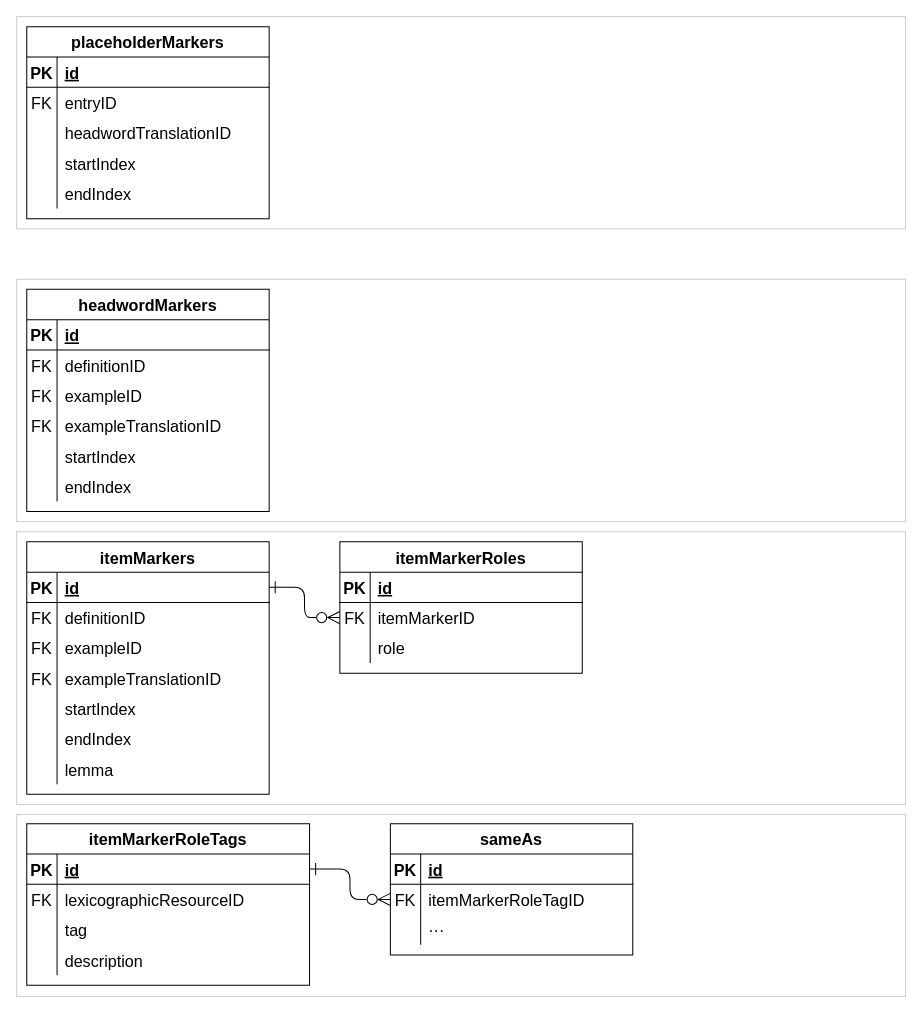
Earlier version of the draw.io diagram dmlex-v1.0/specification/modules/annotation/databaseDiagrams/diagrams.drawio (oasis-tcs/lexidma). Source tidied: cells renumbered, new cells numbered last; positions are measured from the earlier drawing's top-left corner, leaving out a move shared by most shapes. Both pictures are drawn from the tidied source at 101%, with x=0, y=0 at pixel (16, 16).
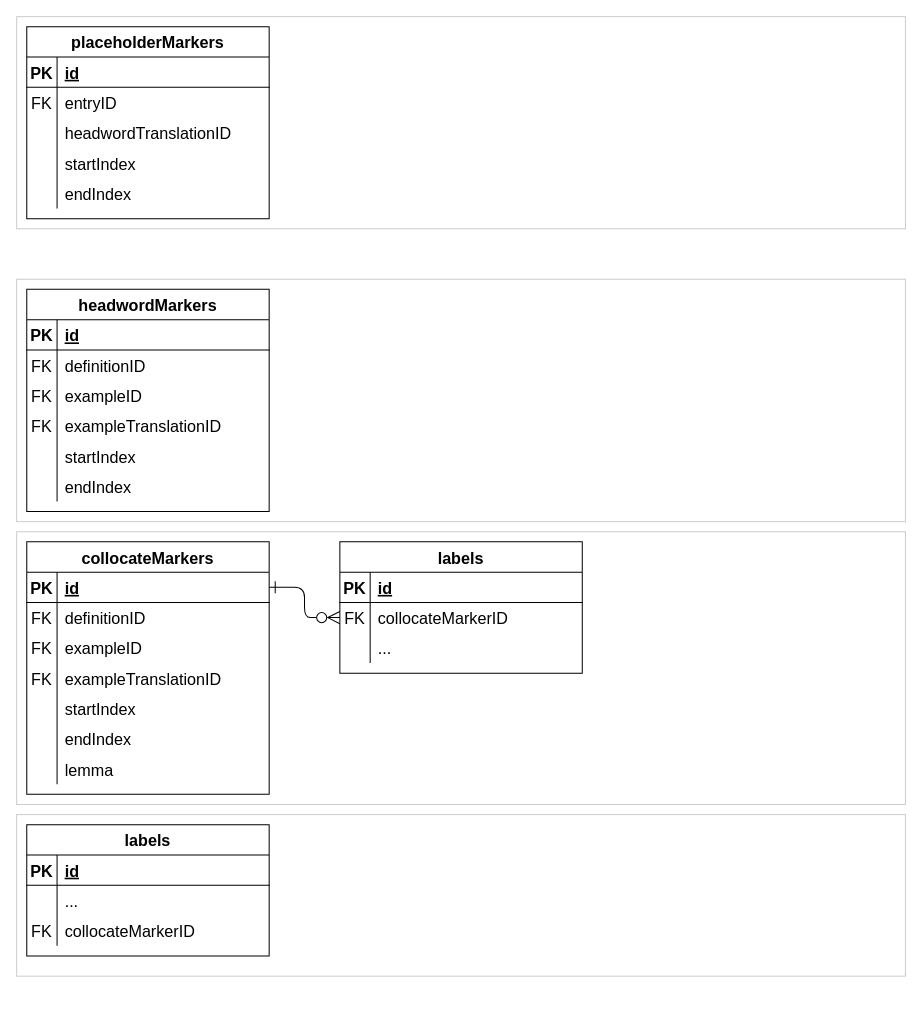
The same page after the edit.

The change refers to these unchanged cells:
```xml
<mxCell id="66" style="shape=tableRow;horizontal=0;startSize=0;swimlaneHead=0;swimlaneBody=0;fillColor=none;points=[[0,0.5],[1,0.5]];portConstraint=eastwest;top=0;left=0;right=0;bottom=0;fontSize=16;" parent="62" vertex="1">
  <mxGeometry y="60" width="240" height="30" as="geometry" />
</mxCell>
<mxCell id="69" style="shape=tableRow;horizontal=0;startSize=0;swimlaneHead=0;swimlaneBody=0;fillColor=none;top=0;left=0;right=0;bottom=0;fontSize=16;" parent="62" vertex="1">
  <mxGeometry y="90" width="240" height="30" as="geometry" />
</mxCell>
```

What changed in the source:
```diff
@@
-    <mxCell id="40" value="itemMarkers" style="shape=table;startSize=30;childLayout=tableLayout;rowLines=0;fontStyle=1;align=center;fontSize=16;" parent="1" vertex="1">
+    <mxCell id="40" value="collocateMarkers" style="shape=table;startSize=30;childLayout=tableLayout;rowLines=0;fontStyle=1;align=center;fontSize=16;" parent="1" vertex="1">
       <mxGeometry x="10" y="520" width="240" height="250" as="geometry" />
     </mxCell>
@@
-    <mxCell id="62" value="itemMarkerRoles" style="shape=table;startSize=30;childLayout=tableLayout;rowLines=0;fontStyle=1;align=center;fontSize=16;" parent="1" vertex="1">
+    <mxCell id="62" value="labels" style="shape=table;startSize=30;childLayout=tableLayout;rowLines=0;fontStyle=1;align=center;fontSize=16;" parent="1" vertex="1">
       <mxGeometry x="320" y="520" width="240" height="130" as="geometry" />
     </mxCell>
@@
-    <mxCell id="68" value="itemMarkerID" style="shape=partialRectangle;fillColor=none;top=0;left=0;bottom=0;right=0;align=left;spacingLeft=6;overflow=hidden;fontSize=16;" parent="66" vertex="1">
+    <mxCell id="68" value="collocateMarkerID" style="shape=partialRectangle;fillColor=none;top=0;left=0;bottom=0;right=0;align=left;spacingLeft=6;overflow=hidden;fontSize=16;" parent="66" vertex="1">
       <mxGeometry x="30" width="210" height="30" as="geometry" />
     </mxCell>
@@
-    <mxCell id="71" value="role" style="shape=partialRectangle;fillColor=none;top=0;left=0;bottom=0;right=0;align=left;spacingLeft=6;overflow=hidden;fontSize=16;" parent="69" vertex="1">
+    <mxCell id="71" value="..." style="shape=partialRectangle;fillColor=none;top=0;left=0;bottom=0;right=0;align=left;spacingLeft=6;overflow=hidden;fontSize=16;" parent="69" vertex="1">
       <mxGeometry x="30" width="210" height="30" as="geometry" />
     </mxCell>
@@
-    <mxCell id="73" style="rounded=0;whiteSpace=wrap;html=1;strokeColor=#CCCCCC;" parent="1" vertex="1">
-      <mxGeometry y="790" width="880" height="180" as="geometry" />
-    </mxCell>
-    <mxCell id="74" value="itemMarkerRoleTags" style="shape=table;startSize=30;childLayout=tableLayout;rowLines=0;fontStyle=1;align=center;fontSize=16;" parent="1" vertex="1">
-      <mxGeometry x="10" y="799" width="280" height="160" as="geometry" />
-    </mxCell>
-    <mxCell id="75" style="shape=tableRow;horizontal=0;startSize=0;swimlaneHead=0;swimlaneBody=0;fillColor=none;points=[[0,0.5],[1,0.5]];portConstraint=eastwest;top=0;left=0;right=0;bottom=1;fontSize=16;" parent="74" vertex="1">
-      <mxGeometry y="30" width="280" height="30" as="geometry" />
-    </mxCell>
-    <mxCell id="76" value="PK" style="shape=partialRectangle;fillColor=none;top=0;left=0;bottom=0;right=0;fontStyle=1;overflow=hidden;fontSize=16;" parent="75" vertex="1">
-      <mxGeometry width="30" height="30" as="geometry" />
-    </mxCell>
-    <mxCell id="77" value="id" style="shape=partialRectangle;fillColor=none;top=0;left=0;bottom=0;right=0;align=left;spacingLeft=6;fontStyle=5;overflow=hidden;fontSize=16;" parent="75" vertex="1">
-      <mxGeometry x="30" width="250" height="30" as="geometry" />
-    </mxCell>
-    <mxCell id="78" style="shape=tableRow;horizontal=0;startSize=0;swimlaneHead=0;swimlaneBody=0;fillColor=none;top=0;left=0;right=0;bottom=0;fontSize=16;" parent="74" vertex="1">
-      <mxGeometry y="60" width="280" height="30" as="geometry" />
-    </mxCell>
-    <mxCell id="79" value="FK" style="shape=partialRectangle;fillColor=none;top=0;left=0;bottom=0;right=0;overflow=hidden;fontSize=16;" parent="78" vertex="1">
-      <mxGeometry width="30" height="30" as="geometry" />
-    </mxCell>
-    <mxCell id="80" value="lexicographicResourceID" style="shape=partialRectangle;fillColor=none;top=0;left=0;bottom=0;right=0;align=left;spacingLeft=6;overflow=hidden;fontSize=16;" parent="78" vertex="1">
-      <mxGeometry x="30" width="250" height="30" as="geometry" />
-    </mxCell>
-    <mxCell id="81" style="shape=tableRow;horizontal=0;startSize=0;swimlaneHead=0;swimlaneBody=0;fillColor=none;top=0;left=0;right=0;bottom=0;fontSize=16;" parent="74" vertex="1">
-      <mxGeometry y="90" width="280" height="30" as="geometry" />
-    </mxCell>
-    <mxCell id="82" style="shape=partialRectangle;fillColor=none;top=0;left=0;bottom=0;right=0;overflow=hidden;fontSize=16;" parent="81" vertex="1">
-      <mxGeometry width="30" height="30" as="geometry" />
-    </mxCell>
-    <mxCell id="83" value="tag" style="shape=partialRectangle;fillColor=none;top=0;left=0;bottom=0;right=0;align=left;spacingLeft=6;overflow=hidden;fontSize=16;" parent="81" vertex="1">
-      <mxGeometry x="30" width="250" height="30" as="geometry" />
-    </mxCell>
-    <mxCell id="84" style="shape=tableRow;horizontal=0;startSize=0;swimlaneHead=0;swimlaneBody=0;fillColor=none;top=0;left=0;right=0;bottom=0;fontSize=16;" parent="74" vertex="1">
-      <mxGeometry y="120" width="280" height="30" as="geometry" />
-    </mxCell>
-    <mxCell id="85" style="shape=partialRectangle;fillColor=none;top=0;left=0;bottom=0;right=0;overflow=hidden;fontSize=16;" parent="84" vertex="1">
-      <mxGeometry width="30" height="30" as="geometry" />
-    </mxCell>
-    <mxCell id="86" value="description" style="shape=partialRectangle;fillColor=none;top=0;left=0;bottom=0;right=0;align=left;spacingLeft=6;overflow=hidden;fontSize=16;" parent="84" vertex="1">
-      <mxGeometry x="30" width="250" height="30" as="geometry" />
-    </mxCell>
-    <mxCell id="87" value="sameAs" style="shape=table;startSize=30;childLayout=tableLayout;rowLines=0;fontStyle=1;align=center;fontSize=16;" parent="1" vertex="1">
-      <mxGeometry x="370" y="799" width="240" height="130" as="geometry" />
-    </mxCell>
+    <mxCell id="98" style="rounded=0;whiteSpace=wrap;html=1;strokeColor=#CCCCCC;" parent="1" vertex="1">
+      <mxGeometry y="790" width="880" height="160" as="geometry" />
+    </mxCell>
+    <mxCell id="99" value="labels" style="shape=table;startSize=30;childLayout=tableLayout;rowLines=0;fontStyle=1;align=center;fontSize=16;" parent="1" vertex="1">
+      <mxGeometry x="10" y="800" width="240" height="130" as="geometry" />
+    </mxCell>
-    <mxCell id="88" style="shape=tableRow;horizontal=0;startSize=0;swimlaneHead=0;swimlaneBody=0;fillColor=none;top=0;left=0;right=0;bottom=1;fontSize=16;" parent="87" vertex="1">
+    <mxCell id="88" style="shape=tableRow;horizontal=0;startSize=0;swimlaneHead=0;swimlaneBody=0;fillColor=none;top=0;left=0;right=0;bottom=1;fontSize=16;" parent="99" vertex="1">
       <mxGeometry y="30" width="240" height="30" as="geometry" />
     </mxCell>
-    <mxCell id="89" value="PK" style="shape=partialRectangle;fillColor=none;top=0;left=0;bottom=0;right=0;fontStyle=1;overflow=hidden;fontSize=16;" parent="88" vertex="1">
-      <mxGeometry width="30" height="30" as="geometry" />
-    </mxCell>
+    <mxCell id="100" value="PK" style="shape=partialRectangle;fillColor=none;top=0;left=0;bottom=0;right=0;fontStyle=1;overflow=hidden;fontSize=16;" parent="88" vertex="1">
+      <mxGeometry width="30" height="30" as="geometry" />
+    </mxCell>
@@
-    <mxCell id="91" style="shape=tableRow;horizontal=0;startSize=0;swimlaneHead=0;swimlaneBody=0;fillColor=none;points=[[0,0.5],[1,0.5]];portConstraint=eastwest;top=0;left=0;right=0;bottom=0;fontSize=16;" parent="87" vertex="1">
+    <mxCell id="91" style="shape=tableRow;horizontal=0;startSize=0;swimlaneHead=0;swimlaneBody=0;fillColor=none;points=[[0,0.5],[1,0.5]];portConstraint=eastwest;top=0;left=0;right=0;bottom=0;fontSize=16;" parent="99" vertex="1">
       <mxGeometry y="60" width="240" height="30" as="geometry" />
     </mxCell>
-    <mxCell id="92" value="FK" style="shape=partialRectangle;fillColor=none;top=0;left=0;bottom=0;right=0;overflow=hidden;fontSize=16;" parent="91" vertex="1">
-      <mxGeometry width="30" height="30" as="geometry" />
-    </mxCell>
-    <mxCell id="93" value="itemMarkerRoleTagID" style="shape=partialRectangle;fillColor=none;top=0;left=0;bottom=0;right=0;align=left;spacingLeft=6;overflow=hidden;fontSize=16;" parent="91" vertex="1">
-      <mxGeometry x="30" width="210" height="30" as="geometry" />
-    </mxCell>
+    <mxCell id="101" style="shape=partialRectangle;fillColor=none;top=0;left=0;bottom=0;right=0;overflow=hidden;fontSize=16;" parent="91" vertex="1">
+      <mxGeometry width="30" height="30" as="geometry" />
+    </mxCell>
+    <mxCell id="102" value="..." style="shape=partialRectangle;fillColor=none;top=0;left=0;bottom=0;right=0;align=left;spacingLeft=6;overflow=hidden;fontSize=16;" parent="91" vertex="1">
+      <mxGeometry x="30" width="210" height="30" as="geometry" />
+    </mxCell>
-    <mxCell id="94" style="shape=tableRow;horizontal=0;startSize=0;swimlaneHead=0;swimlaneBody=0;fillColor=none;top=0;left=0;right=0;bottom=0;fontSize=16;" parent="87" vertex="1">
+    <mxCell id="94" style="shape=tableRow;horizontal=0;startSize=0;swimlaneHead=0;swimlaneBody=0;fillColor=none;top=0;left=0;right=0;bottom=0;fontSize=16;" parent="99" vertex="1">
       <mxGeometry y="90" width="240" height="30" as="geometry" />
     </mxCell>
-    <mxCell id="95" style="shape=partialRectangle;fillColor=none;top=0;left=0;bottom=0;right=0;overflow=hidden;fontSize=16;" parent="94" vertex="1">
-      <mxGeometry width="30" height="30" as="geometry" />
-    </mxCell>
-    <mxCell id="96" value="···" style="shape=partialRectangle;fillColor=none;top=0;left=0;bottom=0;right=0;align=left;spacingLeft=6;overflow=hidden;fontSize=16;" parent="94" vertex="1">
-      <mxGeometry x="30" width="210" height="30" as="geometry" />
-    </mxCell>
-    <mxCell id="97" style="edgeStyle=orthogonalEdgeStyle;rounded=1;jettySize=auto;html=1;entryX=0;entryY=0.5;entryDx=0;entryDy=0;endArrow=ERzeroToMany;startArrow=ERone;startFill=0;endFill=0;startSize=10;endSize=10;" parent="1" edge="1" source="75" target="91">
-      <mxGeometry relative="1" as="geometry" />
-    </mxCell>
+    <mxCell id="103" value="FK" style="shape=partialRectangle;fillColor=none;top=0;left=0;bottom=0;right=0;overflow=hidden;fontSize=16;" parent="94" vertex="1">
+      <mxGeometry width="30" height="30" as="geometry" />
+    </mxCell>
+    <mxCell id="104" value="collocateMarkerID" style="shape=partialRectangle;fillColor=none;top=0;left=0;bottom=0;right=0;align=left;spacingLeft=6;overflow=hidden;fontSize=16;" parent="94" vertex="1">
+      <mxGeometry x="30" width="210" height="30" as="geometry" />
+    </mxCell>
```
